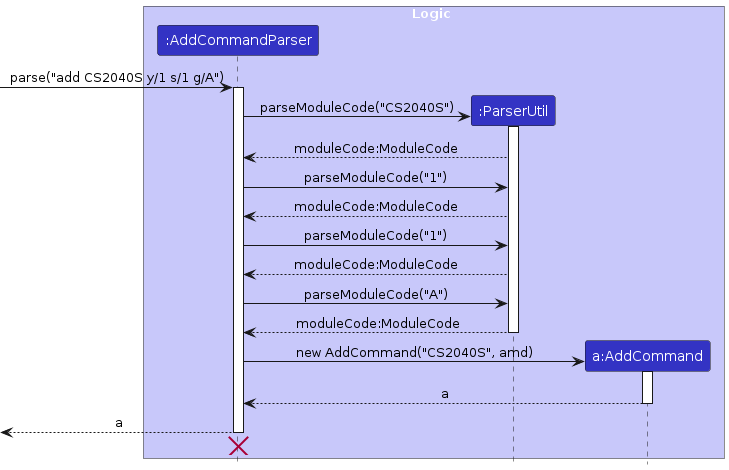
ji-just-ji/tp keeps this PlantUML diagram as diagrams/AddParseSequenceDiagram.png. Above is the earlier version. Its source is kept beside it as diagrams/AddParseSequenceDiagram.puml. The source it was exported from:
```plantuml
@startuml
!include style.puml
skinparam ArrowFontStyle plain

box Logic LOGIC_COLOR_T1
participant ":AddCommandParser" as AddCommandParser LOGIC_COLOR
participant ":ParserUtil" as ParserUtil LOGIC_COLOR
participant "a:AddCommand" as AddCommand LOGIC_COLOR
end box

[-> AddCommandParser : parse("add CS2040S y/1 s/1 g/A")
activate AddCommandParser

create ParserUtil
AddCommandParser -> ParserUtil : parseModuleCode("CS2040S")
activate ParserUtil
ParserUtil --> AddCommandParser : moduleCode:ModuleCode

AddCommandParser -> ParserUtil : parseModuleCode("1")
ParserUtil --> AddCommandParser : moduleCode:ModuleCode

AddCommandParser -> ParserUtil : parseModuleCode("1")
ParserUtil --> AddCommandParser : moduleCode:ModuleCode

AddCommandParser -> ParserUtil : parseModuleCode("A")
ParserUtil --> AddCommandParser : moduleCode:ModuleCode

deactivate ParserUtil

create AddCommand
AddCommandParser -> AddCommand : new AddCommand("CS2040S", amd)
activate AddCommand

AddCommand --> AddCommandParser : a
deactivate AddCommand

[<-- AddCommandParser : a
deactivate AddCommandParser
[<-[hidden]- AddCommandParser
destroy AddCommandParser

@enduml
```
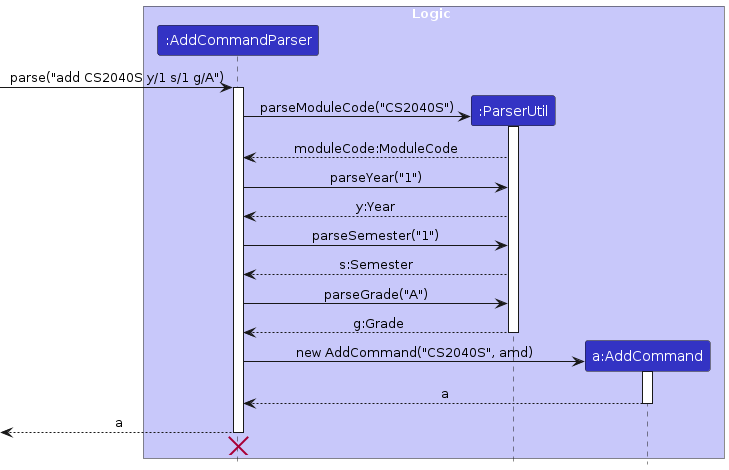
After the commit.

The edit, as a diff of the source:
```diff
@@ -16,14 +16,14 @@
 activate ParserUtil
 ParserUtil --> AddCommandParser : moduleCode:ModuleCode
 
-AddCommandParser -> ParserUtil : parseModuleCode("1")
-ParserUtil --> AddCommandParser : moduleCode:ModuleCode
+AddCommandParser -> ParserUtil : parseYear("1")
+ParserUtil --> AddCommandParser : y:Year
 
-AddCommandParser -> ParserUtil : parseModuleCode("1")
-ParserUtil --> AddCommandParser : moduleCode:ModuleCode
+AddCommandParser -> ParserUtil : parseSemester("1")
+ParserUtil --> AddCommandParser : s:Semester
 
-AddCommandParser -> ParserUtil : parseModuleCode("A")
-ParserUtil --> AddCommandParser : moduleCode:ModuleCode
+AddCommandParser -> ParserUtil : parseGrade("A")
+ParserUtil --> AddCommandParser : g:Grade
 
 deactivate ParserUtil
 
```
